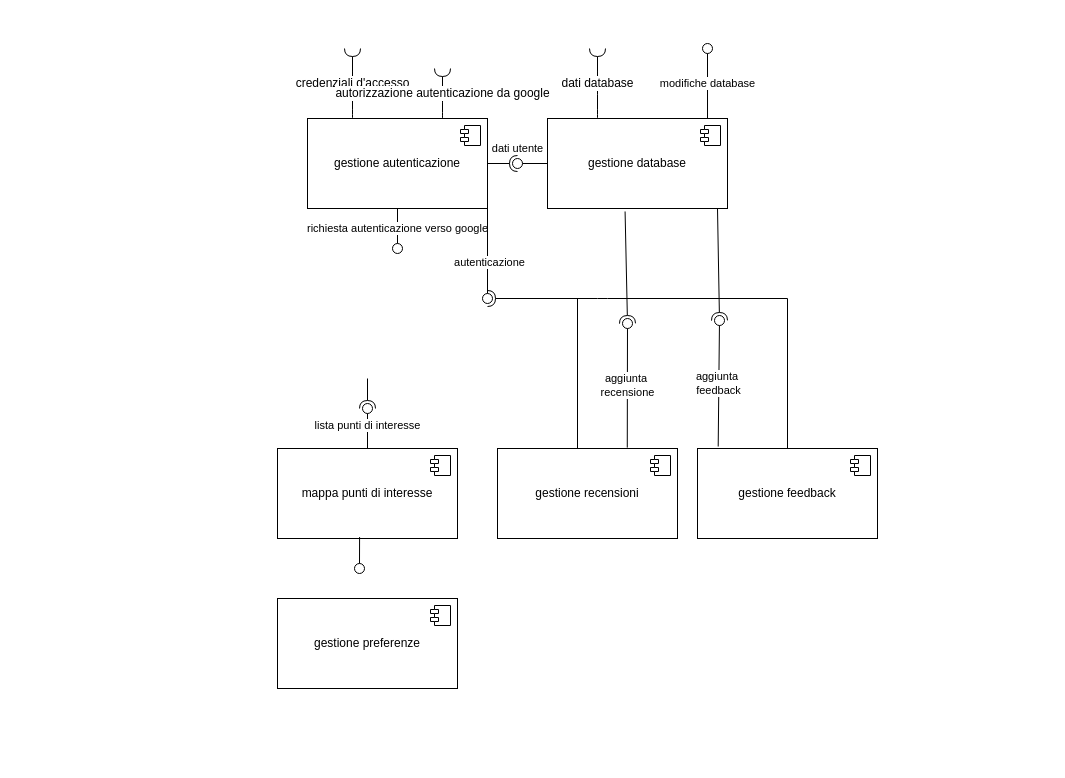
Above: componenti.drawio in riccardoFinelloUniTn/BikeInfo (draw.io), before the change. Source tidied: cells renumbered, new cells numbered last; positions are measured from the earlier drawing's top-left corner, leaving out a move shared by most shapes. Both pictures are drawn from the tidied source at 100%, with x=0, y=0 at pixel (277, 48).
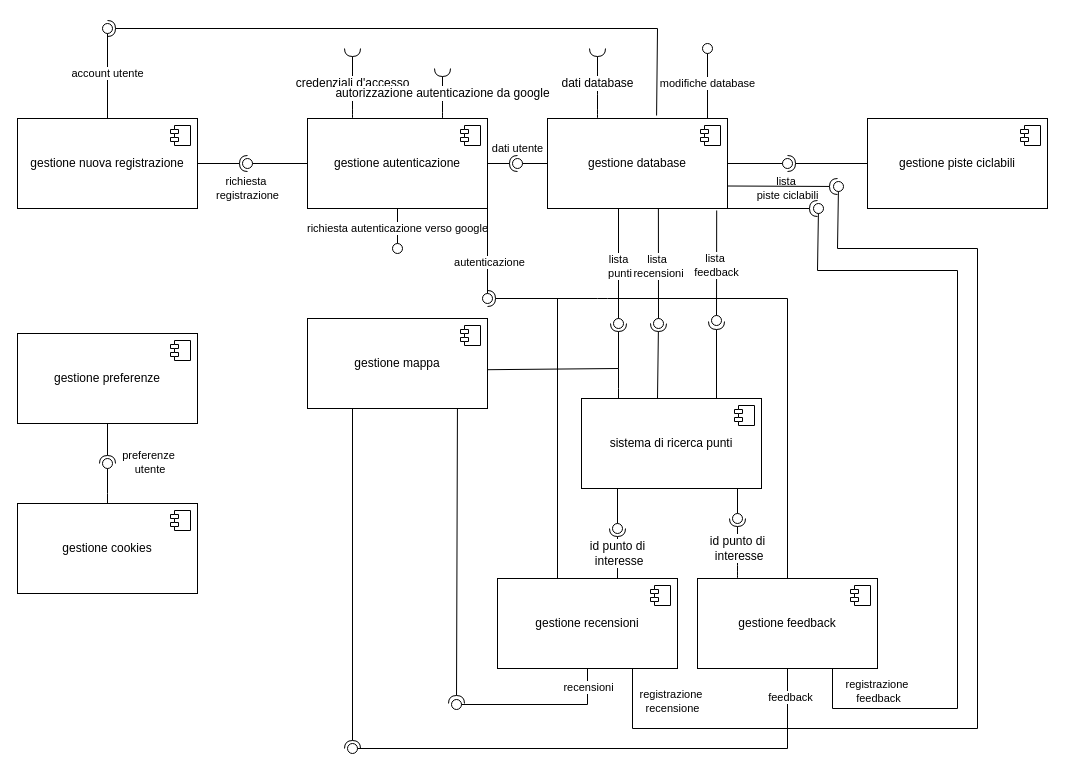
Above is the later version.

Commit message:
aggiunti componenti

The change refers to these unchanged cells:
```xml
<mxCell id="2" value="gestione database" style="html=1;whiteSpace=wrap;" parent="1" vertex="1">
  <mxGeometry x="270" y="70" width="180" height="90" as="geometry" />
</mxCell>
<mxCell id="6" value="gestione autenticazione" style="html=1;whiteSpace=wrap;" parent="1" vertex="1">
  <mxGeometry x="30" y="70" width="180" height="90" as="geometry" />
</mxCell>
<mxCell id="30" style="ellipse;whiteSpace=wrap;html=1;align=center;fillColor=none;strokeColor=none;perimeter=centerPerimeter;points=[];outlineConnect=1;" parent="1" vertex="1">
  <mxGeometry x="345" y="270" width="10" height="10" as="geometry" />
</mxCell>
```

Change to the diagram source:
```diff
@@
     <mxCell id="4" value="gestione recensioni" style="html=1;whiteSpace=wrap;" parent="1" vertex="1">
-      <mxGeometry x="220" y="400" width="180" height="90" as="geometry" />
+      <mxGeometry x="220" y="530" width="180" height="90" as="geometry" />
     </mxCell>
@@
     <mxCell id="8" value="gestione feedback" style="html=1;whiteSpace=wrap;" parent="1" vertex="1">
-      <mxGeometry x="420" y="400" width="180" height="90" as="geometry" />
+      <mxGeometry x="420" y="530" width="180" height="90" as="geometry" />
     </mxCell>
@@
-    <mxCell id="10" value="mappa punti di interesse" style="html=1;whiteSpace=wrap;" parent="1" vertex="1">
-      <mxGeometry y="400" width="180" height="90" as="geometry" />
-    </mxCell>
-    <mxCell id="11" style="shape=module;jettyWidth=8;jettyHeight=4;" parent="10" vertex="1">
-      <mxGeometry x="1" width="20" height="20" relative="1" as="geometry">
-        <mxPoint x="-27" y="7" as="offset" />
-      </mxGeometry>
-    </mxCell>
     <mxCell id="12" value="gestione preferenze" style="html=1;whiteSpace=wrap;" parent="1" vertex="1">
-      <mxGeometry y="550" width="180" height="90" as="geometry" />
+      <mxGeometry x="-260" y="285" width="180" height="90" as="geometry" />
     </mxCell>
@@
-    <mxCell id="14" style="rounded=0;jettySize=auto;html=1;endArrow=oval;endFill=0;sketch=0;sourcePerimeterSpacing=0;targetPerimeterSpacing=0;endSize=10;exitX=0.456;exitY=0.984;exitDx=0;exitDy=0;exitPerimeter=0;" parent="1" edge="1" source="10">
-      <mxGeometry relative="1" as="geometry">
-        <mxPoint x="82" y="520" as="targetPoint" />
-      </mxGeometry>
-    </mxCell>
     <mxCell id="15" style="ellipse;whiteSpace=wrap;html=1;align=center;fillColor=none;strokeColor=none;perimeter=centerPerimeter;" parent="1" vertex="1">
-      <mxGeometry x="110" y="400" width="10" height="10" as="geometry" />
+      <mxGeometry x="110" y="530" width="10" height="10" as="geometry" />
     </mxCell>
@@
-    <mxCell id="23" style="rounded=0;orthogonalLoop=1;jettySize=auto;html=1;endArrow=halfCircle;endFill=0;endSize=6;strokeWidth=1;sketch=0;" parent="1" edge="1">
-      <mxGeometry relative="1" as="geometry">
-        <mxPoint x="90" y="330" as="sourcePoint" />
-        <mxPoint x="90" y="360" as="targetPoint" />
-      </mxGeometry>
-    </mxCell>
-    <mxCell id="24" style="rounded=0;jettySize=auto;html=1;endArrow=oval;endFill=0;sketch=0;sourcePerimeterSpacing=0;targetPerimeterSpacing=0;endSize=10;exitX=0.5;exitY=0;exitDx=0;exitDy=0;" parent="1" edge="1" source="10">
-      <mxGeometry relative="1" as="geometry">
-        <mxPoint x="90" y="360" as="targetPoint" />
-      </mxGeometry>
-    </mxCell>
-    <mxCell id="25" value="lista punti di interesse" style="edgeLabel;html=1;align=center;verticalAlign=middle;" parent="24" vertex="1">
-      <mxGeometry x="0.18" y="1" relative="1" as="geometry" />
-    </mxCell>
@@
-    <mxCell id="28" style="rounded=0;jettySize=auto;html=1;endArrow=halfCircle;endFill=0;endSize=6;strokeWidth=1;sketch=0;exitX=0.431;exitY=1.033;exitDx=0;exitDy=0;exitPerimeter=0;" parent="1" edge="1" source="2" target="30">
-      <mxGeometry relative="1" as="geometry" />
+    <mxCell id="28" style="rounded=0;orthogonalLoop=1;jettySize=auto;html=1;endArrow=halfCircle;endFill=0;endSize=6;strokeWidth=1;sketch=0;exitX=0.25;exitY=0;exitDx=0;exitDy=0;" parent="1" edge="1">
+      <mxGeometry relative="1" as="geometry">
+        <mxPoint x="380" y="350" as="sourcePoint" />
+        <mxPoint x="381" y="275" as="targetPoint" />
+      </mxGeometry>
     </mxCell>
-    <mxCell id="29" value="aggiunta&amp;nbsp;&lt;div&gt;recensione&lt;/div&gt;" style="rounded=0;jettySize=auto;html=1;endArrow=oval;endFill=0;sketch=0;sourcePerimeterSpacing=0;targetPerimeterSpacing=0;endSize=10;exitX=0.721;exitY=-0.01;exitDx=0;exitDy=0;exitPerimeter=0;" parent="1" edge="1" source="4" target="30">
-      <mxGeometry relative="1" as="geometry" />
+    <mxCell id="29" value="lista&amp;nbsp;&lt;div&gt;recensioni&lt;/div&gt;" style="rounded=0;orthogonalLoop=1;jettySize=auto;html=1;endArrow=oval;endFill=0;sketch=0;sourcePerimeterSpacing=0;targetPerimeterSpacing=0;endSize=10;exitX=0.444;exitY=1;exitDx=0;exitDy=0;exitPerimeter=0;" parent="1" edge="1">
+      <mxGeometry relative="1" as="geometry">
+        <mxPoint x="380.9" y="160" as="sourcePoint" />
+        <mxPoint x="381" y="275" as="targetPoint" />
+      </mxGeometry>
     </mxCell>
@@
-    <mxCell id="31" style="rounded=0;orthogonalLoop=1;jettySize=auto;html=1;endArrow=halfCircle;endFill=0;endSize=6;strokeWidth=1;sketch=0;exitX=0.431;exitY=1.033;exitDx=0;exitDy=0;exitPerimeter=0;" parent="1" edge="1">
+    <mxCell id="31" style="rounded=0;jettySize=auto;html=1;endArrow=halfCircle;endFill=0;endSize=6;strokeWidth=1;sketch=0;exitX=0.75;exitY=0;exitDx=0;exitDy=0;" parent="1" edge="1" source="39">
       <mxGeometry relative="1" as="geometry">
-        <mxPoint x="440" y="160" as="sourcePoint" />
-        <mxPoint x="442" y="272" as="targetPoint" />
+        <mxPoint x="439" y="273" as="targetPoint" />
       </mxGeometry>
     </mxCell>
-    <mxCell id="32" value="aggiunta&amp;nbsp;&lt;div&gt;feedback&lt;/div&gt;" style="rounded=0;jettySize=auto;html=1;endArrow=oval;endFill=0;sketch=0;sourcePerimeterSpacing=0;targetPerimeterSpacing=0;endSize=10;exitX=0.115;exitY=-0.022;exitDx=0;exitDy=0;exitPerimeter=0;" parent="1" edge="1" source="8">
+    <mxCell id="32" value="lista&amp;nbsp;&lt;div&gt;feedback&lt;/div&gt;" style="rounded=0;jettySize=auto;html=1;endArrow=oval;endFill=0;sketch=0;sourcePerimeterSpacing=0;targetPerimeterSpacing=0;endSize=10;exitX=0.94;exitY=1.022;exitDx=0;exitDy=0;exitPerimeter=0;" parent="1" edge="1" source="2">
       <mxGeometry relative="1" as="geometry">
-        <mxPoint x="442" y="272" as="targetPoint" />
+        <mxPoint x="439" y="272" as="targetPoint" />
       </mxGeometry>
     </mxCell>
@@
     <mxCell id="36" style="endArrow=none;html=1;rounded=0;" parent="1" edge="1">
       <mxGeometry relative="1" as="geometry">
-        <mxPoint x="300" y="400" as="sourcePoint" />
-        <mxPoint x="300" y="250" as="targetPoint" />
+        <mxPoint x="280" y="530" as="sourcePoint" />
+        <mxPoint x="280" y="250" as="targetPoint" />
       </mxGeometry>
     </mxCell>
+    <mxCell id="37" value="id punto di&lt;div&gt;&amp;nbsp;interesse&lt;/div&gt;" style="rounded=0;orthogonalLoop=1;jettySize=auto;html=1;endArrow=halfCircle;endFill=0;endSize=6;strokeWidth=1;sketch=0;fontSize=12;curved=1;exitX=0.25;exitY=0;exitDx=0;exitDy=0;" parent="1" edge="1">
+      <mxGeometry relative="1" as="geometry">
+        <mxPoint x="340" y="530" as="sourcePoint" />
+        <mxPoint x="340" y="480" as="targetPoint" />
+        <Array as="points">
+          <mxPoint x="340" y="510" />
+        </Array>
+      </mxGeometry>
+    </mxCell>
+    <mxCell id="38" value="id punto di&lt;div&gt;&amp;nbsp;interesse&lt;/div&gt;" style="rounded=0;orthogonalLoop=1;jettySize=auto;html=1;endArrow=halfCircle;endFill=0;endSize=6;strokeWidth=1;sketch=0;fontSize=12;curved=1;exitX=0.25;exitY=0;exitDx=0;exitDy=0;" parent="1" edge="1">
+      <mxGeometry relative="1" as="geometry">
+        <mxPoint x="460" y="530" as="sourcePoint" />
+        <mxPoint x="460" y="470" as="targetPoint" />
+      </mxGeometry>
+    </mxCell>
+    <mxCell id="39" value="sistema di ricerca punti" style="html=1;whiteSpace=wrap;" parent="1" vertex="1">
+      <mxGeometry x="304" y="350" width="180" height="90" as="geometry" />
+    </mxCell>
+    <mxCell id="40" style="shape=module;jettyWidth=8;jettyHeight=4;" parent="39" vertex="1">
+      <mxGeometry x="1" width="20" height="20" relative="1" as="geometry">
+        <mxPoint x="-27" y="7" as="offset" />
+      </mxGeometry>
+    </mxCell>
+    <mxCell id="41" value="gestione piste ciclabili" style="html=1;whiteSpace=wrap;" parent="1" vertex="1">
+      <mxGeometry x="590" y="70" width="180" height="90" as="geometry" />
+    </mxCell>
+    <mxCell id="42" style="shape=module;jettyWidth=8;jettyHeight=4;" parent="41" vertex="1">
+      <mxGeometry x="1" width="20" height="20" relative="1" as="geometry">
+        <mxPoint x="-27" y="7" as="offset" />
+      </mxGeometry>
+    </mxCell>
+    <mxCell id="43" value="gestione nuova registrazione" style="html=1;whiteSpace=wrap;" parent="1" vertex="1">
+      <mxGeometry x="-260" y="70" width="180" height="90" as="geometry" />
+    </mxCell>
+    <mxCell id="44" style="shape=module;jettyWidth=8;jettyHeight=4;" parent="43" vertex="1">
+      <mxGeometry x="1" width="20" height="20" relative="1" as="geometry">
+        <mxPoint x="-27" y="7" as="offset" />
+      </mxGeometry>
+    </mxCell>
+    <mxCell id="45" value="richiesta&amp;nbsp;&lt;div&gt;registrazione&lt;/div&gt;" style="rounded=0;jettySize=auto;html=1;endArrow=halfCircle;endFill=0;endSize=6;strokeWidth=1;sketch=0;exitX=1;exitY=0.5;exitDx=0;exitDy=0;" parent="1" edge="1" source="43">
+      <mxGeometry x="1" y="-25" relative="1" as="geometry">
+        <mxPoint x="-30" y="115" as="targetPoint" />
+      </mxGeometry>
+    </mxCell>
+    <mxCell id="46" style="rounded=0;jettySize=auto;html=1;endArrow=oval;endFill=0;sketch=0;sourcePerimeterSpacing=0;targetPerimeterSpacing=0;endSize=10;exitX=0;exitY=0.5;exitDx=0;exitDy=0;" parent="1" edge="1" source="6">
+      <mxGeometry relative="1" as="geometry">
+        <mxPoint x="-30" y="115" as="targetPoint" />
+      </mxGeometry>
+    </mxCell>
+    <mxCell id="47" style="ellipse;whiteSpace=wrap;html=1;align=center;fillColor=none;strokeColor=none;perimeter=centerPerimeter;" parent="1" vertex="1">
+      <mxGeometry x="-45" y="130" width="10" height="10" as="geometry" />
+    </mxCell>
+    <mxCell id="48" style="rounded=0;jettySize=auto;html=1;endArrow=halfCircle;endFill=0;endSize=6;strokeWidth=1;sketch=0;exitX=0.606;exitY=-0.033;exitDx=0;exitDy=0;exitPerimeter=0;" parent="1" edge="1" source="2">
+      <mxGeometry relative="1" as="geometry">
+        <mxPoint x="-170" y="-20" as="targetPoint" />
+        <Array as="points">
+          <mxPoint x="380" y="-20" />
+        </Array>
+      </mxGeometry>
+    </mxCell>
+    <mxCell id="49" value="account utente" style="rounded=0;jettySize=auto;html=1;endArrow=oval;endFill=0;sketch=0;sourcePerimeterSpacing=0;targetPerimeterSpacing=0;endSize=10;exitX=0.5;exitY=0;exitDx=0;exitDy=0;" parent="1" edge="1" source="43">
+      <mxGeometry relative="1" as="geometry">
+        <mxPoint x="-170" y="-20" as="targetPoint" />
+      </mxGeometry>
+    </mxCell>
+    <mxCell id="50" value="gestione cookies" style="html=1;whiteSpace=wrap;" parent="1" vertex="1">
+      <mxGeometry x="-260" y="455" width="180" height="90" as="geometry" />
+    </mxCell>
+    <mxCell id="51" style="shape=module;jettyWidth=8;jettyHeight=4;" parent="50" vertex="1">
+      <mxGeometry x="1" width="20" height="20" relative="1" as="geometry">
+        <mxPoint x="-27" y="7" as="offset" />
+      </mxGeometry>
+    </mxCell>
+    <mxCell id="52" style="rounded=0;jettySize=auto;html=1;endArrow=halfCircle;endFill=0;endSize=6;strokeWidth=1;sketch=0;exitX=0.5;exitY=1;exitDx=0;exitDy=0;" parent="1" edge="1" source="12">
+      <mxGeometry relative="1" as="geometry">
+        <mxPoint x="-170" y="415" as="targetPoint" />
+      </mxGeometry>
+    </mxCell>
+    <mxCell id="53" value="preferenze&lt;div&gt;&amp;nbsp;utente&lt;/div&gt;" style="edgeLabel;html=1;align=center;verticalAlign=middle;" parent="52" vertex="1">
+      <mxGeometry x="0.1" y="-1" relative="1" as="geometry">
+        <mxPoint x="41" y="16" as="offset" />
+      </mxGeometry>
+    </mxCell>
+    <mxCell id="54" style="rounded=0;jettySize=auto;html=1;endArrow=oval;endFill=0;sketch=0;sourcePerimeterSpacing=0;targetPerimeterSpacing=0;endSize=10;exitX=0.5;exitY=0;exitDx=0;exitDy=0;" parent="1" edge="1" source="50">
+      <mxGeometry relative="1" as="geometry">
+        <mxPoint x="-170" y="415" as="targetPoint" />
+        <Array as="points">
+          <mxPoint x="-170" y="455" />
+          <mxPoint x="-170" y="445" />
+        </Array>
+      </mxGeometry>
+    </mxCell>
+    <mxCell id="55" style="rounded=0;jettySize=auto;html=1;endArrow=halfCircle;endFill=0;endSize=6;strokeWidth=1;sketch=0;exitX=0;exitY=0.5;exitDx=0;exitDy=0;" parent="1" edge="1" source="41" target="57">
+      <mxGeometry relative="1" as="geometry" />
+    </mxCell>
+    <mxCell id="56" value="lista&amp;nbsp;&lt;div&gt;piste ciclabili&lt;/div&gt;" style="rounded=0;jettySize=auto;html=1;endArrow=oval;endFill=0;sketch=0;sourcePerimeterSpacing=0;targetPerimeterSpacing=0;endSize=10;exitX=1;exitY=0.5;exitDx=0;exitDy=0;" parent="1" edge="1" source="2" target="57">
+      <mxGeometry x="1" y="-25" relative="1" as="geometry" />
+    </mxCell>
+    <mxCell id="57" style="ellipse;whiteSpace=wrap;html=1;align=center;fillColor=none;strokeColor=none;perimeter=centerPerimeter;points=[];outlineConnect=1;" parent="1" vertex="1">
+      <mxGeometry x="505" y="110" width="10" height="10" as="geometry" />
+    </mxCell>
+    <mxCell id="58" style="rounded=0;orthogonalLoop=1;jettySize=auto;html=1;endArrow=oval;endFill=0;sketch=0;sourcePerimeterSpacing=0;targetPerimeterSpacing=0;endSize=10;" parent="1" edge="1">
+      <mxGeometry relative="1" as="geometry">
+        <mxPoint x="340" y="440" as="sourcePoint" />
+        <mxPoint x="340" y="480" as="targetPoint" />
+      </mxGeometry>
+    </mxCell>
+    <mxCell id="59" style="rounded=0;orthogonalLoop=1;jettySize=auto;html=1;endArrow=oval;endFill=0;sketch=0;sourcePerimeterSpacing=0;targetPerimeterSpacing=0;endSize=10;" parent="1" edge="1">
+      <mxGeometry relative="1" as="geometry">
+        <mxPoint x="460" y="440" as="sourcePoint" />
+        <mxPoint x="460" y="470" as="targetPoint" />
+      </mxGeometry>
+    </mxCell>
+    <mxCell id="60" style="rounded=0;jettySize=auto;html=1;endArrow=halfCircle;endFill=0;endSize=6;strokeWidth=1;sketch=0;exitX=1;exitY=0.569;exitDx=0;exitDy=0;exitPerimeter=0;" parent="1" edge="1" source="63">
+      <mxGeometry relative="1" as="geometry">
+        <mxPoint x="341" y="275" as="targetPoint" />
+        <Array as="points">
+          <mxPoint x="341" y="320" />
+        </Array>
+      </mxGeometry>
+    </mxCell>
+    <mxCell id="61" value="lista&lt;div&gt;&amp;nbsp;punti&lt;/div&gt;" style="rounded=0;orthogonalLoop=1;jettySize=auto;html=1;endArrow=oval;endFill=0;sketch=0;sourcePerimeterSpacing=0;targetPerimeterSpacing=0;endSize=10;exitX=0.444;exitY=1;exitDx=0;exitDy=0;exitPerimeter=0;" parent="1" edge="1">
+      <mxGeometry relative="1" as="geometry">
+        <mxPoint x="341" y="160" as="sourcePoint" />
+        <mxPoint x="341" y="275" as="targetPoint" />
+      </mxGeometry>
+    </mxCell>
+    <mxCell id="62" style="endArrow=none;html=1;rounded=0;exitX=0.2;exitY=-0.006;exitDx=0;exitDy=0;exitPerimeter=0;" parent="1" edge="1">
+      <mxGeometry relative="1" as="geometry">
+        <mxPoint x="341" y="349.5" as="sourcePoint" />
+        <mxPoint x="341" y="320" as="targetPoint" />
+        <Array as="points">
+          <mxPoint x="341" y="340" />
+        </Array>
+      </mxGeometry>
+    </mxCell>
+    <mxCell id="63" value="gestione mappa" style="html=1;whiteSpace=wrap;" parent="1" vertex="1">
+      <mxGeometry x="30" y="270" width="180" height="90" as="geometry" />
+    </mxCell>
+    <mxCell id="64" style="shape=module;jettyWidth=8;jettyHeight=4;" parent="63" vertex="1">
+      <mxGeometry x="1" width="20" height="20" relative="1" as="geometry">
+        <mxPoint x="-27" y="7" as="offset" />
+      </mxGeometry>
+    </mxCell>
+    <mxCell id="65" style="rounded=0;jettySize=auto;html=1;endArrow=halfCircle;endFill=0;endSize=6;strokeWidth=1;sketch=0;exitX=0.833;exitY=1.004;exitDx=0;exitDy=0;exitPerimeter=0;entryX=1;entryY=0;entryDx=0;entryDy=0;entryPerimeter=0;" parent="1" edge="1" source="63" target="68">
+      <mxGeometry relative="1" as="geometry" />
+    </mxCell>
+    <mxCell id="66" style="rounded=0;jettySize=auto;html=1;endArrow=oval;endFill=0;sketch=0;sourcePerimeterSpacing=0;targetPerimeterSpacing=0;endSize=10;exitX=0.5;exitY=1;exitDx=0;exitDy=0;entryX=1.167;entryY=0.533;entryDx=0;entryDy=0;entryPerimeter=0;" parent="1" edge="1" source="4">
+      <mxGeometry relative="1" as="geometry">
+        <mxPoint x="179" y="656" as="targetPoint" />
+        <Array as="points">
+          <mxPoint x="310" y="656" />
+        </Array>
+      </mxGeometry>
+    </mxCell>
+    <mxCell id="67" value="recensioni" style="edgeLabel;html=1;align=center;verticalAlign=middle;" parent="66" vertex="1">
+      <mxGeometry x="-0.79" relative="1" as="geometry" />
+    </mxCell>
+    <mxCell id="68" style="ellipse;whiteSpace=wrap;html=1;align=center;fillColor=none;strokeColor=none;perimeter=centerPerimeter;points=[];outlineConnect=1;" parent="1" vertex="1">
+      <mxGeometry x="174" y="650" width="10" height="10" as="geometry" />
+    </mxCell>
+    <mxCell id="69" style="rounded=0;jettySize=auto;html=1;endArrow=halfCircle;endFill=0;endSize=6;strokeWidth=1;sketch=0;exitX=0.25;exitY=1;exitDx=0;exitDy=0;" parent="1" edge="1" source="63">
+      <mxGeometry relative="1" as="geometry">
+        <mxPoint x="75" y="700" as="targetPoint" />
+      </mxGeometry>
+    </mxCell>
+    <mxCell id="70" style="rounded=0;jettySize=auto;html=1;endArrow=oval;endFill=0;sketch=0;sourcePerimeterSpacing=0;targetPerimeterSpacing=0;endSize=10;exitX=0.5;exitY=1;exitDx=0;exitDy=0;" parent="1" edge="1" source="8">
+      <mxGeometry relative="1" as="geometry">
+        <mxPoint x="75" y="700" as="targetPoint" />
+        <Array as="points">
+          <mxPoint x="510" y="700" />
+        </Array>
+      </mxGeometry>
+    </mxCell>
+    <mxCell id="71" value="feedback" style="edgeLabel;html=1;align=center;verticalAlign=middle;" parent="70" vertex="1">
+      <mxGeometry x="-0.89" y="2" relative="1" as="geometry" />
+    </mxCell>
+    <mxCell id="72" style="rounded=0;jettySize=auto;html=1;endArrow=halfCircle;endFill=0;endSize=6;strokeWidth=1;sketch=0;exitX=1;exitY=0.75;exitDx=0;exitDy=0;" parent="1" edge="1" source="2">
+      <mxGeometry relative="1" as="geometry">
+        <mxPoint x="560" y="138" as="targetPoint" />
+      </mxGeometry>
+    </mxCell>
+    <mxCell id="73" style="ellipse;whiteSpace=wrap;html=1;align=center;fillColor=none;strokeColor=none;perimeter=centerPerimeter;points=[];outlineConnect=1;" parent="1" vertex="1">
+      <mxGeometry x="556" y="133" width="10" height="10" as="geometry" />
+    </mxCell>
+    <mxCell id="74" style="rounded=0;jettySize=auto;html=1;endArrow=oval;endFill=0;sketch=0;sourcePerimeterSpacing=0;targetPerimeterSpacing=0;endSize=10;exitX=0.75;exitY=1;exitDx=0;exitDy=0;" parent="1" edge="1" source="4" target="73">
+      <mxGeometry relative="1" as="geometry">
+        <Array as="points">
+          <mxPoint x="355" y="680" />
+          <mxPoint x="700" y="680" />
+          <mxPoint x="700" y="200" />
+          <mxPoint x="560" y="200" />
+        </Array>
+      </mxGeometry>
+    </mxCell>
+    <mxCell id="75" value="registrazione&amp;nbsp;&lt;div&gt;recensione&lt;/div&gt;" style="edgeLabel;html=1;align=center;verticalAlign=middle;" parent="74" vertex="1">
+      <mxGeometry x="-0.93" y="2" relative="1" as="geometry">
+        <mxPoint x="37" y="-6" as="offset" />
+      </mxGeometry>
+    </mxCell>
+    <mxCell id="76" style="rounded=0;orthogonalLoop=1;jettySize=auto;html=1;endArrow=halfCircle;endFill=0;endSize=6;strokeWidth=1;sketch=0;" parent="1" edge="1">
+      <mxGeometry relative="1" as="geometry">
+        <mxPoint x="450" y="160" as="sourcePoint" />
+        <mxPoint x="540" y="160" as="targetPoint" />
+      </mxGeometry>
+    </mxCell>
+    <mxCell id="77" style="rounded=0;jettySize=auto;html=1;endArrow=oval;endFill=0;sketch=0;sourcePerimeterSpacing=0;targetPerimeterSpacing=0;endSize=10;exitX=0.75;exitY=1;exitDx=0;exitDy=0;" parent="1" edge="1" source="8">
+      <mxGeometry relative="1" as="geometry">
+        <mxPoint x="541" y="160" as="targetPoint" />
+        <Array as="points">
+          <mxPoint x="555" y="660" />
+          <mxPoint x="680" y="660" />
+          <mxPoint x="680" y="222" />
+          <mxPoint x="540" y="222" />
+        </Array>
+      </mxGeometry>
+    </mxCell>
+    <mxCell id="78" value="registrazione&amp;nbsp;&lt;div&gt;feedback&lt;/div&gt;" style="edgeLabel;html=1;align=center;verticalAlign=middle;" parent="77" vertex="1">
+      <mxGeometry x="-0.93" y="2" relative="1" as="geometry">
+        <mxPoint x="43" y="-6" as="offset" />
+      </mxGeometry>
+    </mxCell>
```
